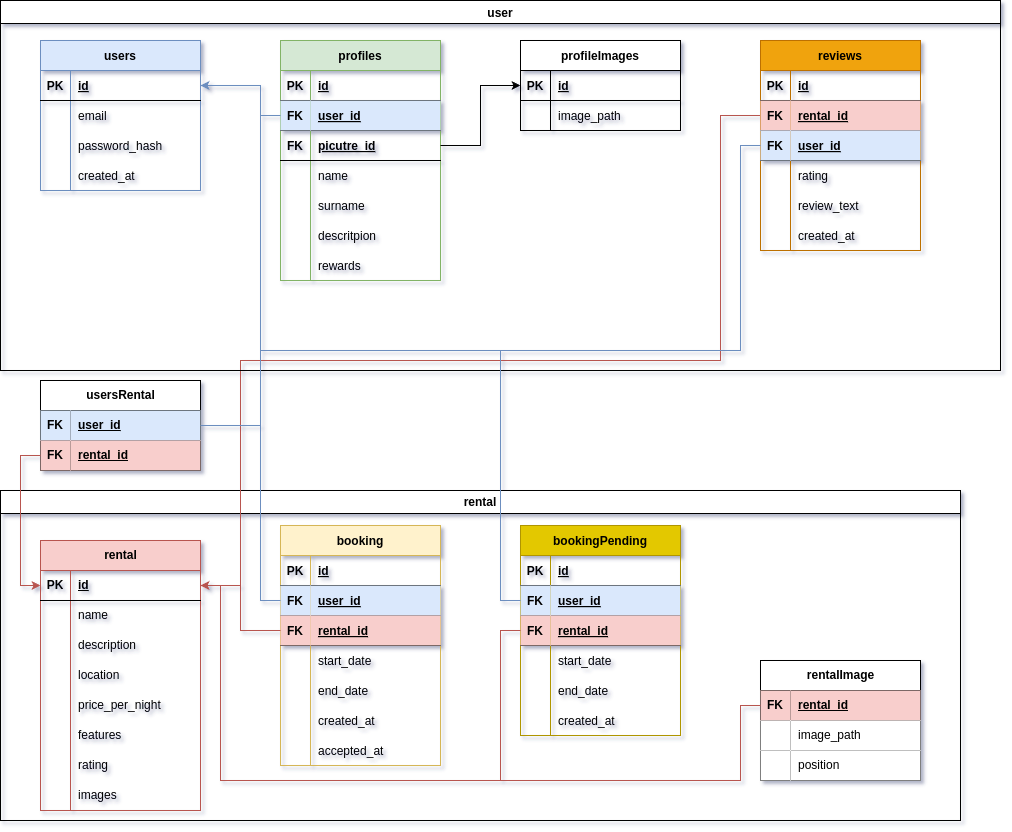
dobr9k07/airbnb-dobr9k keeps this draw.io diagram as hatarent.drawio.png. Above is the earlier version. Source tidied: cells renumbered, new cells last; positions are measured from the earlier drawing's top-left corner, leaving out a move shared by most shapes.
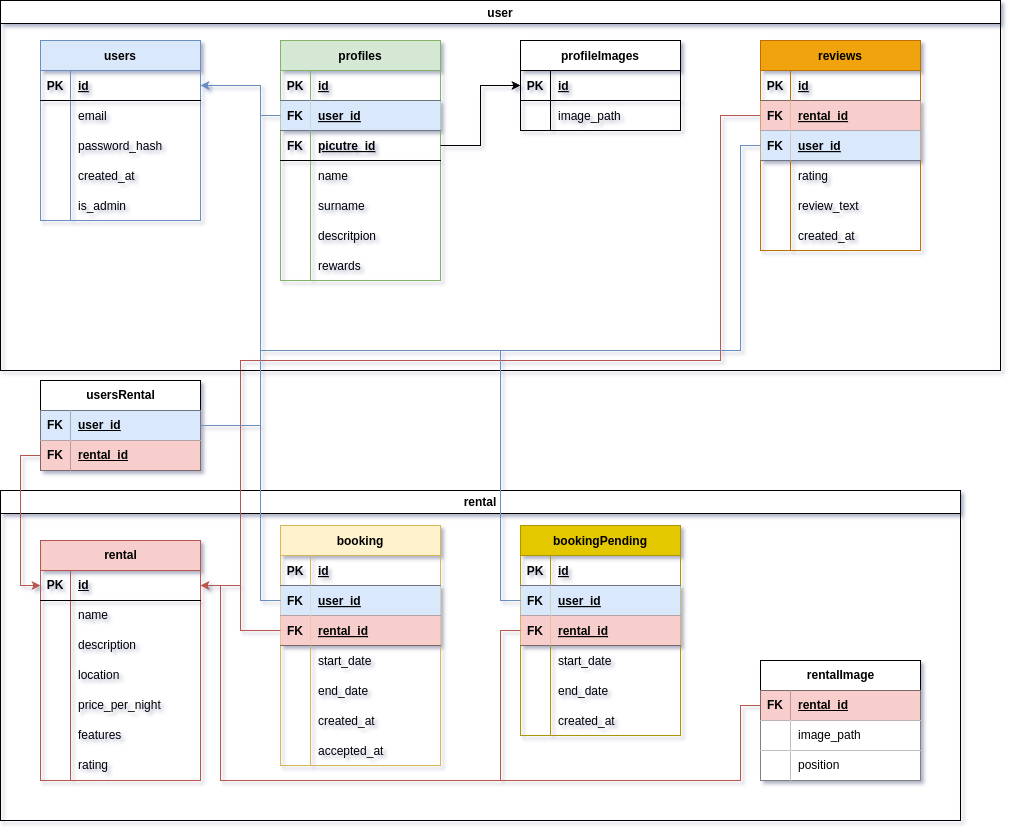
After the change.

Diff of the diagram source:
```diff
@@ -129,7 +129,7 @@
       <mxGeometry x="30" width="130" height="30" as="geometry" />
     </mxCell>
     <mxCell id="44" value="rental" style="shape=table;startSize=30;rowLines=0;fontStyle=1;align=center;html=1;fillColor=#f8cecc;strokeColor=#b85450;" parent="2" vertex="1">
-      <mxGeometry x="40" y="50" width="160" height="270" as="geometry" />
+      <mxGeometry x="40" y="50" width="160" height="240" as="geometry" />
     </mxCell>
     <mxCell id="45" style="shape=tableRow;horizontal=0;startSize=0;swimlaneHead=0;swimlaneBody=0;fillColor=none;points=[[0,0.5],[1,0.5]];portConstraint=eastwest;top=0;left=0;right=0;bottom=1;" parent="44" vertex="1">
       <mxGeometry y="30" width="160" height="30" as="geometry" />
@@ -194,15 +194,6 @@
     <mxCell id="65" value="rating" style="shape=partialRectangle;fillColor=none;top=0;left=0;bottom=0;right=0;align=left;spacingLeft=6;overflow=hidden;whiteSpace=wrap;html=1;" parent="63" vertex="1">
       <mxGeometry x="30" width="130" height="30" as="geometry" />
     </mxCell>
-    <mxCell id="66" style="shape=tableRow;horizontal=0;startSize=0;swimlaneHead=0;swimlaneBody=0;fillColor=none;top=0;left=0;right=0;bottom=0;" parent="44" vertex="1">
-      <mxGeometry y="240" width="160" height="30" as="geometry" />
-    </mxCell>
-    <mxCell id="67" style="shape=partialRectangle;fillColor=none;top=0;left=0;bottom=0;right=0;overflow=hidden;whiteSpace=wrap;html=1;" parent="66" vertex="1">
-      <mxGeometry width="30" height="30" as="geometry" />
-    </mxCell>
-    <mxCell id="68" value="images" style="shape=partialRectangle;fillColor=none;top=0;left=0;bottom=0;right=0;align=left;spacingLeft=6;overflow=hidden;whiteSpace=wrap;html=1;" parent="66" vertex="1">
-      <mxGeometry x="30" width="130" height="30" as="geometry" />
-    </mxCell>
     <mxCell id="69" style="edgeStyle=orthogonalEdgeStyle;rounded=0;jettySize=auto;html=1;entryX=1;entryY=0.5;entryDx=0;entryDy=0;fillColor=#f8cecc;strokeColor=#b85450;exitX=0;exitY=0.5;exitDx=0;exitDy=0;" parent="2" edge="1" source="29" target="45">
       <mxGeometry relative="1" as="geometry">
         <Array as="points">
@@ -446,7 +437,7 @@
       <mxGeometry relative="1" as="geometry" />
     </mxCell>
     <mxCell id="141" value="users" style="shape=table;startSize=30;rowLines=0;fontStyle=1;align=center;swimlaneBody=1;fillColor=#dae8fc;strokeColor=#6c8ebf;" parent="91" vertex="1">
-      <mxGeometry x="40" y="40" width="160" height="150" as="geometry" />
+      <mxGeometry x="40" y="40" width="160" height="180" as="geometry" />
     </mxCell>
     <mxCell id="142" style="shape=partialRectangle;fillColor=none;points=[[0,0.5],[1,0.5]];portConstraint=eastwest;top=0;left=0;right=0;bottom=1;" parent="141" vertex="1">
       <mxGeometry y="30" width="160" height="30" as="geometry" />
@@ -484,6 +475,15 @@
     <mxCell id="153" value="created_at" style="shape=partialRectangle;overflow=hidden;fillColor=none;top=0;left=0;bottom=0;right=0;align=left;spacingLeft=6;" parent="151" vertex="1">
       <mxGeometry x="30" width="130" height="30" as="geometry" />
     </mxCell>
+    <mxCell id="159" style="shape=partialRectangle;fillColor=none;top=0;left=0;right=0;bottom=0;" parent="141" vertex="1">
+      <mxGeometry y="150" width="160" height="30" as="geometry" />
+    </mxCell>
+    <mxCell id="160" style="shape=partialRectangle;overflow=hidden;fillColor=none;top=0;left=0;bottom=0;right=0;" parent="159" vertex="1">
+      <mxGeometry width="30" height="30" as="geometry" />
+    </mxCell>
+    <mxCell id="161" value="is_admin" style="shape=partialRectangle;overflow=hidden;fillColor=none;top=0;left=0;bottom=0;right=0;align=left;spacingLeft=6;" parent="159" vertex="1">
+      <mxGeometry x="30" width="130" height="30" as="geometry" />
+    </mxCell>
     <mxCell id="154" style="edgeStyle=orthogonalEdgeStyle;rounded=0;jettySize=auto;html=1;exitX=0;exitY=0.5;exitDx=0;exitDy=0;entryX=1;entryY=0.5;entryDx=0;entryDy=0;fillColor=#dae8fc;strokeColor=#6c8ebf;" parent="91" edge="1" source="122" target="142">
       <mxGeometry relative="1" as="geometry">
         <Array as="points">
```
